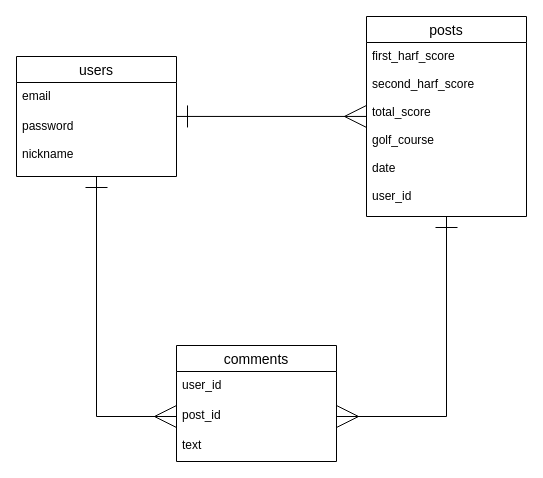
Before: GNS.dio in tamu-kazu/GNS, a draw.io diagram. Source tidied: cells renumbered, new cells numbered last; positions are measured from the earlier drawing's top-left corner, leaving out a move shared by most shapes. Both pictures are drawn from the tidied source at 100%, with x=0, y=0 at pixel (16, 16).
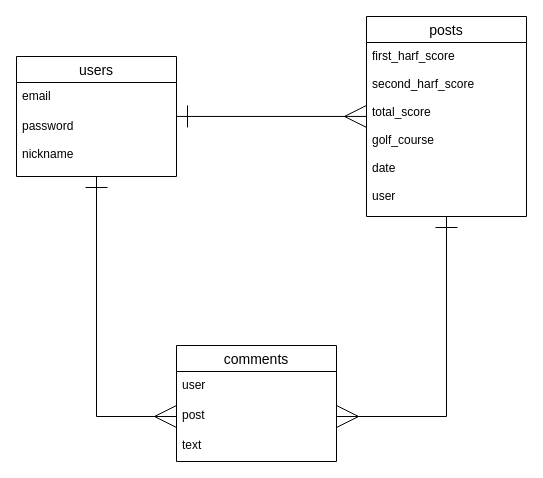
The same page after the edit.

Diff of the diagram source:
```diff
@@
 <mxGraphModel>
   <root>
     <mxCell id="0" />
     <mxCell id="1" parent="0" />
     <mxCell id="2" style="edgeStyle=orthogonalEdgeStyle;rounded=0;jettySize=auto;html=1;entryX=1;entryY=0.5;entryDx=0;entryDy=0;startArrow=ERone;startFill=0;startSize=20;endArrow=ERmany;endFill=0;endSize=20;" parent="1" edge="1" source="3" target="7">
       <mxGeometry relative="1" as="geometry" />
     </mxCell>
     <mxCell id="3" value="posts" style="swimlane;fontStyle=0;horizontal=1;startSize=26;align=center;fontSize=14;" parent="1" vertex="1">
       <mxGeometry x="350" width="160" height="200" as="geometry" />
     </mxCell>
-    <mxCell id="4" value="first_harf_score&#10;&#10;second_harf_score&#10;&#10;total_score&#10;&#10;golf_course&#10;&#10;date&#10;&#10;user_id&#10;&#10;" style="text;strokeColor=none;fillColor=none;spacingLeft=4;spacingRight=4;overflow=hidden;points=[[0,0.5],[1,0.5]];portConstraint=eastwest;fontSize=12;" parent="3" vertex="1">
+    <mxCell id="4" value="first_harf_score&#10;&#10;second_harf_score&#10;&#10;total_score&#10;&#10;golf_course&#10;&#10;date&#10;&#10;user&#10;&#10;" style="text;strokeColor=none;fillColor=none;spacingLeft=4;spacingRight=4;overflow=hidden;points=[[0,0.5],[1,0.5]];portConstraint=eastwest;fontSize=12;" parent="3" vertex="1">
       <mxGeometry y="26" width="160" height="174" as="geometry" />
     </mxCell>
     <mxCell id="5" value="comments" style="swimlane;fontStyle=0;horizontal=1;startSize=26;align=center;fontSize=14;" parent="1" vertex="1">
       <mxGeometry x="160" y="329" width="160" height="116" as="geometry" />
     </mxCell>
-    <mxCell id="6" value="user_id&#10;" style="text;strokeColor=none;fillColor=none;spacingLeft=4;spacingRight=4;overflow=hidden;fontSize=12;" parent="5" vertex="1">
+    <mxCell id="6" value="user&#10;" style="text;strokeColor=none;fillColor=none;spacingLeft=4;spacingRight=4;overflow=hidden;fontSize=12;" parent="5" vertex="1">
       <mxGeometry y="26" width="160" height="30" as="geometry" />
     </mxCell>
-    <mxCell id="7" value="post_id&#10;" style="text;strokeColor=none;fillColor=none;spacingLeft=4;spacingRight=4;overflow=hidden;points=[[0,0.5],[1,0.5]];portConstraint=eastwest;fontSize=12;" parent="5" vertex="1">
+    <mxCell id="7" value="post&#10;" style="text;strokeColor=none;fillColor=none;spacingLeft=4;spacingRight=4;overflow=hidden;points=[[0,0.5],[1,0.5]];portConstraint=eastwest;fontSize=12;" parent="5" vertex="1">
       <mxGeometry y="56" width="160" height="30" as="geometry" />
     </mxCell>
     <mxCell id="8" value="text&#10;" style="text;strokeColor=none;fillColor=none;spacingLeft=4;spacingRight=4;overflow=hidden;fontSize=12;" parent="5" vertex="1">
       <mxGeometry y="86" width="160" height="30" as="geometry" />
     </mxCell>
     <mxCell id="9" style="edgeStyle=orthogonalEdgeStyle;rounded=0;jettySize=auto;html=1;entryX=0;entryY=0.425;entryDx=0;entryDy=0;entryPerimeter=0;endArrow=ERmany;endFill=0;startArrow=ERone;startFill=0;startSize=20;endSize=20;" parent="1" edge="1" source="11" target="4">
       <mxGeometry relative="1" as="geometry" />
     </mxCell>
     <mxCell id="10" style="edgeStyle=orthogonalEdgeStyle;rounded=0;jettySize=auto;html=1;entryX=0;entryY=0.5;entryDx=0;entryDy=0;startArrow=ERone;startFill=0;startSize=20;endArrow=ERmany;endFill=0;endSize=20;" parent="1" edge="1" source="11" target="7">
       <mxGeometry relative="1" as="geometry" />
     </mxCell>
     <mxCell id="11" value="users" style="swimlane;fontStyle=0;horizontal=1;startSize=26;align=center;fontSize=14;" parent="1" vertex="1">
       <mxGeometry y="40" width="160" height="120" as="geometry" />
     </mxCell>
     <mxCell id="12" value="email&#10;&#10;" style="text;strokeColor=none;fillColor=none;spacingLeft=4;spacingRight=4;overflow=hidden;fontSize=12;" parent="11" vertex="1">
       <mxGeometry y="26" width="160" height="30" as="geometry" />
     </mxCell>
     <mxCell id="13" value="password&#10;&#10;nickname&#10;" style="text;strokeColor=none;fillColor=none;spacingLeft=4;spacingRight=4;overflow=hidden;fontSize=12;" parent="11" vertex="1">
       <mxGeometry y="56" width="160" height="64" as="geometry" />
     </mxCell>
   </root>
 </mxGraphModel>
```
